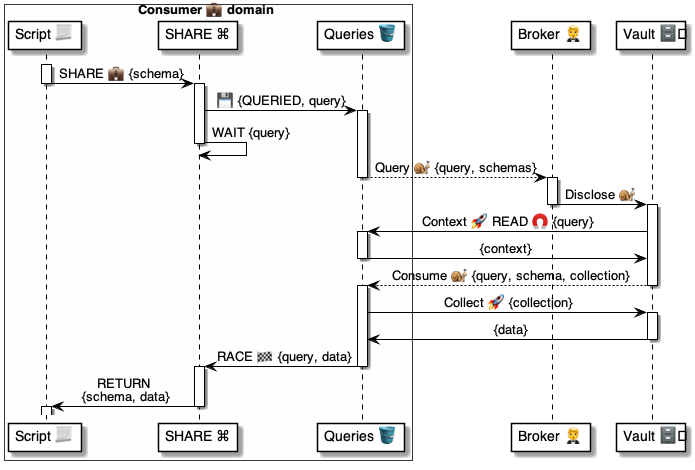
Earlier version of the PlantUML export 4 ⚙️ Solution/41 🎭 Domain Roles/Consumers 💼/💼🪣 Consumer tables/Queries 🗄️ table/🪣 Queries/💼 Consumer.Queries ⚙️ uml.png (pollyweb-org/pollyweb-docs). Its source is kept beside it as 4 ⚙️ Solution/41 🎭 Domain Roles/Consumers 💼/💼🪣 Consumer tables/Queries 🗄️ table/🪣 Queries/💼 Consumer.Queries ⚙️ uml.puml.
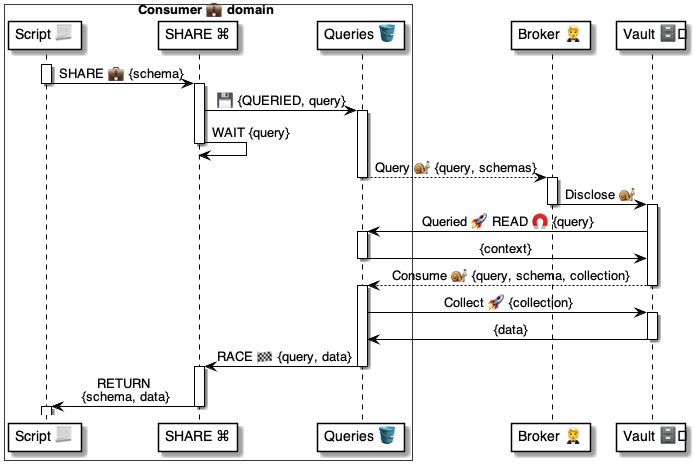
Above is the later version.

Change to the diagram source:
```diff
@@ -28,7 +28,7 @@
 
 activate vault
 
-    vault -> table: Context 🚀 READ 🧲 {query}
+    vault -> table: Queried 🚀 READ 🧲 {query}
 
     activate table
         table -> vault: {context}
```
